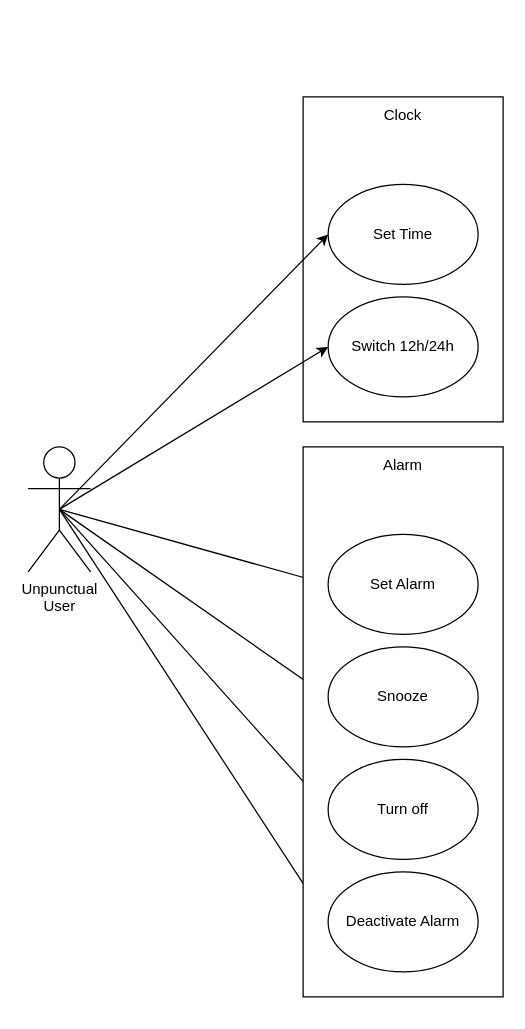
Before: LE13_Unterrichtsaufgabe_Uhr_UCD.drawio in phyllomenous/PM3_DomainModel, a draw.io diagram. Source tidied: cells renumbered, new cells numbered last; positions are measured from the earlier drawing's top-left corner, leaving out a move shared by most shapes. Both pictures are drawn from the tidied source at 125%, with x=0, y=0 at pixel (28, 96).
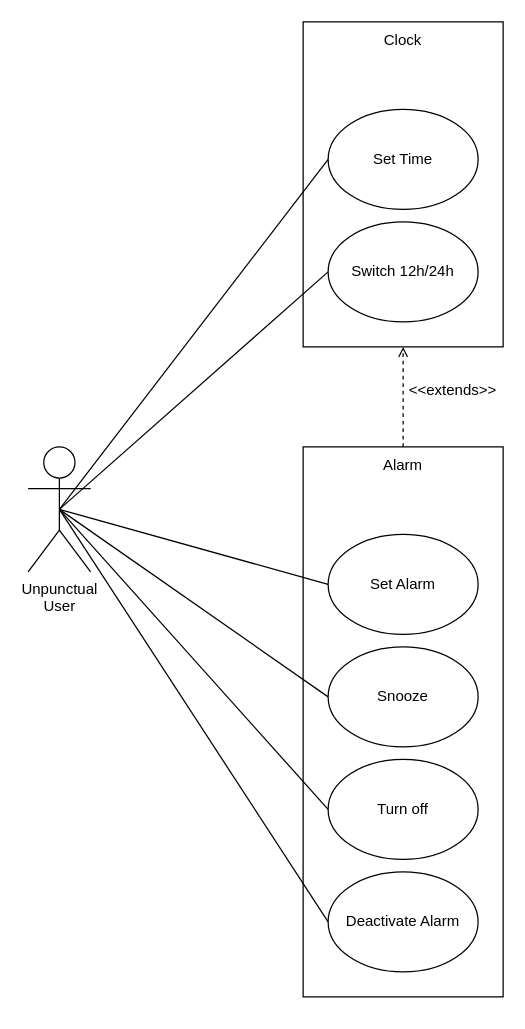
The same diagram, later.

The change refers to these unchanged cells:
```xml
<mxCell id="10" value="&lt;div&gt;Unpunctual &lt;br&gt;&lt;/div&gt;&lt;div&gt;User&lt;br&gt;&lt;/div&gt;" style="shape=umlActor;verticalLabelPosition=bottom;verticalAlign=top;html=1;outlineConnect=0;" parent="1" vertex="1">
  <mxGeometry y="280" width="50" height="100" as="geometry" />
</mxCell>
<mxCell id="14" value="Set Alarm" style="ellipse;whiteSpace=wrap;html=1;" parent="1" vertex="1">
  <mxGeometry x="240" y="350" width="120" height="80" as="geometry" />
</mxCell>
<mxCell id="17" value="Snooze" style="ellipse;whiteSpace=wrap;html=1;" parent="1" vertex="1">
  <mxGeometry x="240" y="440" width="120" height="80" as="geometry" />
</mxCell>
<mxCell id="18" value="Turn off" style="ellipse;whiteSpace=wrap;html=1;" parent="1" vertex="1">
  <mxGeometry x="240" y="530" width="120" height="80" as="geometry" />
</mxCell>
<mxCell id="19" value="Deactivate Alarm" style="ellipse;whiteSpace=wrap;html=1;" parent="1" vertex="1">
  <mxGeometry x="240" y="620" width="120" height="80" as="geometry" />
</mxCell>
```

The edit, as a diff of the source:
```diff
@@
+    <mxCell id="13" style="rounded=0;whiteSpace=wrap;html=1;" parent="1" vertex="1">
+      <mxGeometry x="220" y="280" width="160" height="440" as="geometry" />
+    </mxCell>
     <mxCell id="2" style="rounded=0;whiteSpace=wrap;html=1;" parent="1" vertex="1">
-      <mxGeometry x="220" width="160" height="260" as="geometry" />
+      <mxGeometry x="220" y="-60" width="160" height="260" as="geometry" />
     </mxCell>
     <mxCell id="3" value="Set Time" style="ellipse;whiteSpace=wrap;html=1;" parent="1" vertex="1">
-      <mxGeometry x="240" y="70" width="120" height="80" as="geometry" />
+      <mxGeometry x="240" y="10" width="120" height="80" as="geometry" />
     </mxCell>
-    <mxCell id="4" style="rounded=0;jettySize=auto;html=1;exitX=0.5;exitY=0.5;exitDx=0;exitDy=0;exitPerimeter=0;entryX=0;entryY=0.5;entryDx=0;entryDy=0;strokeColor=default;" parent="1" edge="1" source="10" target="3">
+    <mxCell id="4" style="rounded=0;jettySize=auto;html=1;exitX=0.5;exitY=0.5;exitDx=0;exitDy=0;exitPerimeter=0;entryX=0;entryY=0.5;entryDx=0;entryDy=0;strokeColor=default;endArrow=none;endFill=0;" parent="1" edge="1" source="10" target="3">
       <mxGeometry relative="1" as="geometry" />
     </mxCell>
-    <mxCell id="5" style="rounded=0;jettySize=auto;html=1;exitX=0.5;exitY=0.5;exitDx=0;exitDy=0;exitPerimeter=0;entryX=0;entryY=0.5;entryDx=0;entryDy=0;" parent="1" edge="1" source="10" target="20">
+    <mxCell id="5" style="rounded=0;jettySize=auto;html=1;exitX=0.5;exitY=0.5;exitDx=0;exitDy=0;exitPerimeter=0;entryX=0;entryY=0.5;entryDx=0;entryDy=0;endArrow=none;endFill=0;" parent="1" edge="1" source="10" target="20">
       <mxGeometry relative="1" as="geometry" />
     </mxCell>
-    <mxCell id="6" style="rounded=0;jettySize=auto;html=1;exitX=0.5;exitY=0.5;exitDx=0;exitDy=0;exitPerimeter=0;entryX=0;entryY=0.5;entryDx=0;entryDy=0;" parent="1" edge="1" source="10" target="14">
+    <mxCell id="6" style="rounded=0;jettySize=auto;html=1;exitX=0.5;exitY=0.5;exitDx=0;exitDy=0;exitPerimeter=0;entryX=0;entryY=0.5;entryDx=0;entryDy=0;endArrow=none;endFill=0;" parent="1" edge="1" source="10" target="14">
       <mxGeometry relative="1" as="geometry" />
     </mxCell>
-    <mxCell id="7" style="rounded=0;jettySize=auto;html=1;exitX=0.5;exitY=0.5;exitDx=0;exitDy=0;exitPerimeter=0;entryX=0;entryY=0.5;entryDx=0;entryDy=0;" parent="1" edge="1" source="10" target="17">
+    <mxCell id="7" style="rounded=0;jettySize=auto;html=1;exitX=0.5;exitY=0.5;exitDx=0;exitDy=0;exitPerimeter=0;entryX=0;entryY=0.5;entryDx=0;entryDy=0;endArrow=none;endFill=0;" parent="1" edge="1" source="10" target="17">
       <mxGeometry relative="1" as="geometry" />
     </mxCell>
-    <mxCell id="8" style="rounded=0;jettySize=auto;html=1;exitX=0.5;exitY=0.5;exitDx=0;exitDy=0;exitPerimeter=0;entryX=0;entryY=0.5;entryDx=0;entryDy=0;" parent="1" edge="1" source="10" target="18">
+    <mxCell id="8" style="rounded=0;jettySize=auto;html=1;exitX=0.5;exitY=0.5;exitDx=0;exitDy=0;exitPerimeter=0;entryX=0;entryY=0.5;entryDx=0;entryDy=0;endArrow=none;endFill=0;" parent="1" edge="1" source="10" target="18">
       <mxGeometry relative="1" as="geometry" />
     </mxCell>
-    <mxCell id="9" style="rounded=0;jettySize=auto;html=1;exitX=0.5;exitY=0.5;exitDx=0;exitDy=0;exitPerimeter=0;entryX=0;entryY=0.5;entryDx=0;entryDy=0;" parent="1" edge="1" source="10" target="19">
+    <mxCell id="9" style="rounded=0;jettySize=auto;html=1;exitX=0.5;exitY=0.5;exitDx=0;exitDy=0;exitPerimeter=0;entryX=0;entryY=0.5;entryDx=0;entryDy=0;endArrow=none;endFill=0;" parent="1" edge="1" source="10" target="19">
       <mxGeometry relative="1" as="geometry" />
     </mxCell>
@@
     <mxCell id="11" value="Clock" style="text;html=1;strokeColor=none;fillColor=none;align=center;verticalAlign=middle;whiteSpace=wrap;rounded=0;" parent="1" vertex="1">
-      <mxGeometry x="270" width="60" height="30" as="geometry" />
+      <mxGeometry x="270" y="-60" width="60" height="30" as="geometry" />
     </mxCell>
@@
-    <mxCell id="13" style="rounded=0;whiteSpace=wrap;html=1;" parent="1" vertex="1">
-      <mxGeometry x="220" y="280" width="160" height="440" as="geometry" />
-    </mxCell>
@@
     <mxCell id="20" value="Switch 12h/24h" style="ellipse;whiteSpace=wrap;html=1;" parent="1" vertex="1">
-      <mxGeometry x="240" y="160" width="120" height="80" as="geometry" />
+      <mxGeometry x="240" y="100" width="120" height="80" as="geometry" />
     </mxCell>
+    <mxCell id="21" style="group;" parent="1" vertex="1">
+      <mxGeometry x="310" y="220" width="60" height="30" as="geometry" />
+    </mxCell>
+    <mxCell id="22" style="edgeStyle=orthogonalEdgeStyle;rounded=0;jettySize=auto;html=1;exitX=0.5;exitY=0;exitDx=0;exitDy=0;entryX=0.5;entryY=1;entryDx=0;entryDy=0;dashed=1;endArrow=open;endFill=0;" parent="21" edge="1" source="13" target="2">
+      <mxGeometry relative="1" as="geometry" />
+    </mxCell>
+    <mxCell id="23" value="&lt;div&gt;&amp;lt;&amp;lt;extends&amp;gt;&amp;gt;&lt;/div&gt;" style="text;html=1;strokeColor=none;fillColor=none;align=center;verticalAlign=middle;whiteSpace=wrap;rounded=0;" parent="21" vertex="1">
+      <mxGeometry width="60" height="30" as="geometry" />
+    </mxCell>
```
